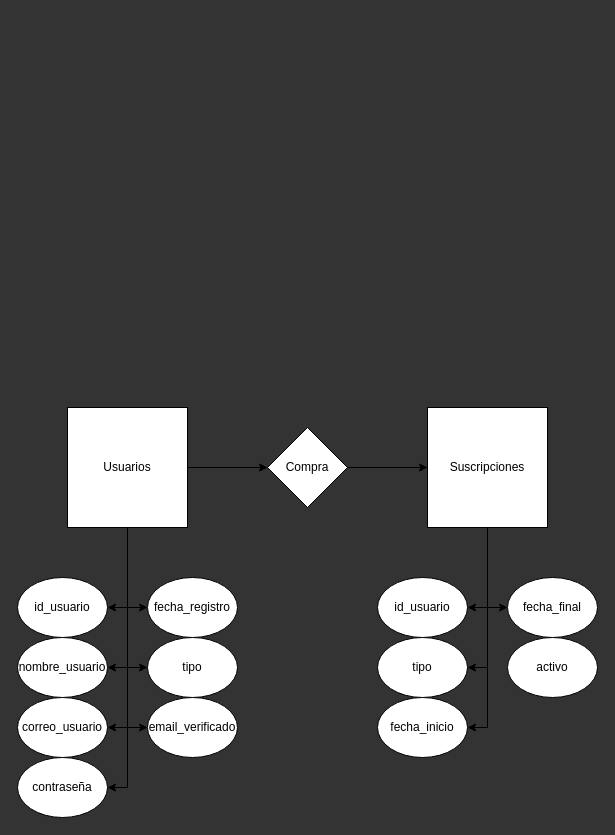
Before: diagramas/BasedeDatos.drawio in meeeww/yuumisuperviser, a draw.io diagram. Source tidied: cells renumbered, new cells numbered last; positions are measured from the earlier drawing's top-left corner, leaving out a move shared by most shapes. Both pictures are drawn from the tidied source at 100%, with x=0, y=0 at pixel (17, 407).
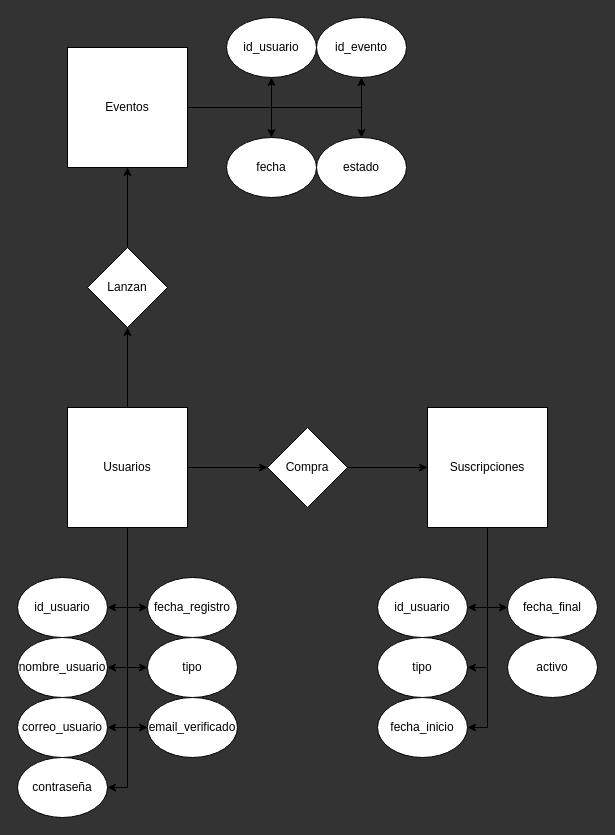
After the change.

The change refers to these unchanged cells:
```xml
<mxCell id="10" value="Usuarios" style="whiteSpace=wrap;html=1;" parent="1" vertex="1">
  <mxGeometry x="50" width="120" height="120" as="geometry" />
</mxCell>
```

Diff of the diagram source:
```diff
@@
+    <mxCell id="30" style="edgeStyle=orthogonalEdgeStyle;rounded=0;jettySize=auto;html=1;entryX=0.5;entryY=1;entryDx=0;entryDy=0;" parent="1" edge="1" source="10" target="32">
+      <mxGeometry relative="1" as="geometry" />
+    </mxCell>
@@
+    <mxCell id="31" style="edgeStyle=orthogonalEdgeStyle;rounded=0;jettySize=auto;html=1;entryX=0.5;entryY=1;entryDx=0;entryDy=0;" parent="1" edge="1" source="32" target="37">
+      <mxGeometry relative="1" as="geometry" />
+    </mxCell>
+    <mxCell id="32" value="Lanzan" style="rhombus;whiteSpace=wrap;html=1;" parent="1" vertex="1">
+      <mxGeometry x="70" y="-160" width="80" height="80" as="geometry" />
+    </mxCell>
+    <mxCell id="33" style="edgeStyle=orthogonalEdgeStyle;rounded=0;jettySize=auto;html=1;entryX=0.5;entryY=1;entryDx=0;entryDy=0;" parent="1" edge="1" source="37" target="38">
+      <mxGeometry relative="1" as="geometry" />
+    </mxCell>
+    <mxCell id="34" style="edgeStyle=orthogonalEdgeStyle;rounded=0;jettySize=auto;html=1;entryX=0.5;entryY=1;entryDx=0;entryDy=0;" parent="1" edge="1" source="37" target="39">
+      <mxGeometry relative="1" as="geometry" />
+    </mxCell>
+    <mxCell id="35" style="edgeStyle=orthogonalEdgeStyle;rounded=0;jettySize=auto;html=1;entryX=0.5;entryY=0;entryDx=0;entryDy=0;" parent="1" edge="1" source="37" target="40">
+      <mxGeometry relative="1" as="geometry" />
+    </mxCell>
+    <mxCell id="36" style="edgeStyle=orthogonalEdgeStyle;rounded=0;jettySize=auto;html=1;entryX=0.5;entryY=0;entryDx=0;entryDy=0;" parent="1" edge="1" source="37" target="41">
+      <mxGeometry relative="1" as="geometry" />
+    </mxCell>
+    <mxCell id="37" value="Eventos" style="whiteSpace=wrap;html=1;" parent="1" vertex="1">
+      <mxGeometry x="50" y="-360" width="120" height="120" as="geometry" />
+    </mxCell>
+    <mxCell id="38" value="id_evento" style="ellipse;whiteSpace=wrap;html=1;" parent="1" vertex="1">
+      <mxGeometry x="299" y="-390" width="90" height="60" as="geometry" />
+    </mxCell>
+    <mxCell id="39" value="id_usuario" style="ellipse;whiteSpace=wrap;html=1;" parent="1" vertex="1">
+      <mxGeometry x="209" y="-390" width="90" height="60" as="geometry" />
+    </mxCell>
+    <mxCell id="40" value="fecha" style="ellipse;whiteSpace=wrap;html=1;" parent="1" vertex="1">
+      <mxGeometry x="209" y="-270" width="90" height="60" as="geometry" />
+    </mxCell>
+    <mxCell id="41" value="estado" style="ellipse;whiteSpace=wrap;html=1;" parent="1" vertex="1">
+      <mxGeometry x="299" y="-270" width="90" height="60" as="geometry" />
+    </mxCell>
```
